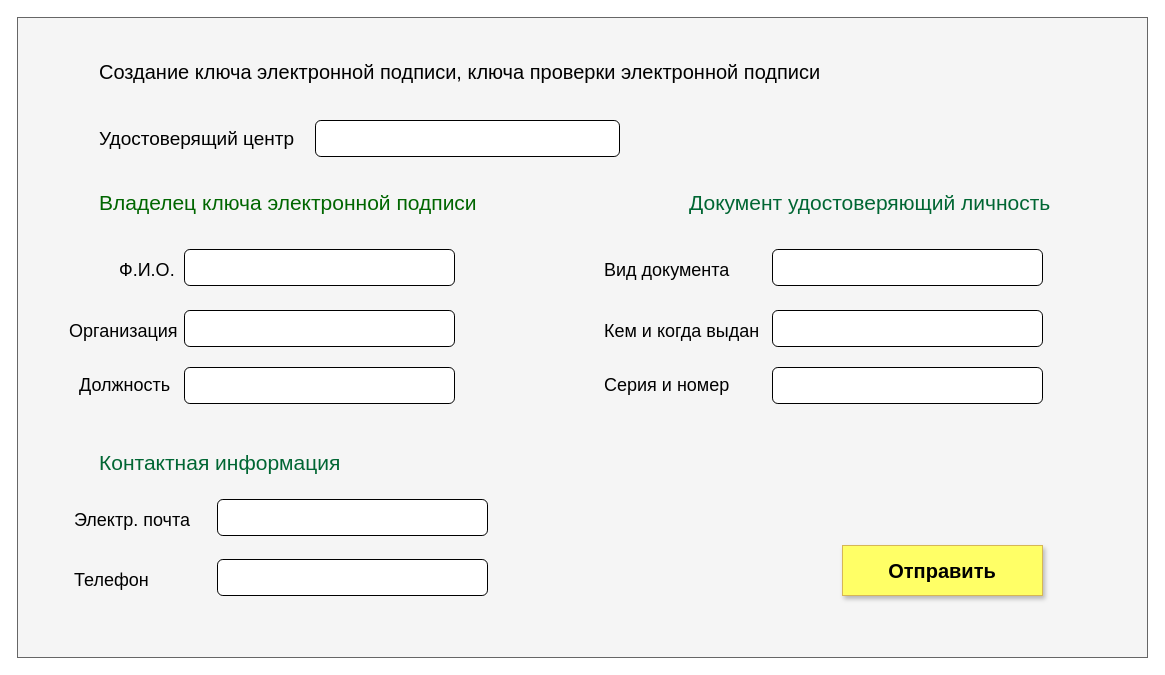
Before: zapros.drawio in sergey-kadushkin/proverka, a draw.io diagram. Source tidied: cells renumbered, new cells numbered last; positions are measured from the earlier drawing's top-left corner, leaving out a move shared by most shapes. Both pictures are drawn from the tidied source at 100%, with x=0, y=0 at pixel (17, 17).
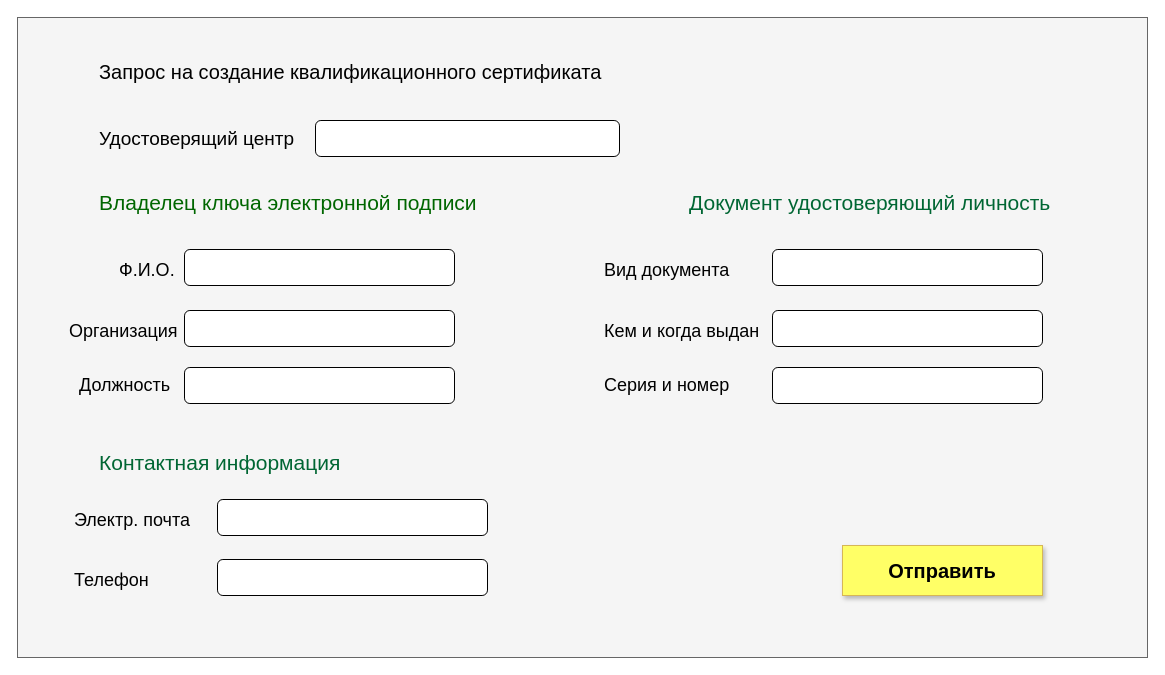
The same page after the edit.

Change to the diagram source:
```diff
@@
-    <mxCell id="3" value="&lt;span style=&quot;font-size: 20px&quot;&gt;Создание ключа электронной подписи, ключа проверки электронной подписи&lt;/span&gt;&lt;br&gt;" style="text;html=1;align=left;verticalAlign=top;spacingTop=-4;" parent="1" vertex="1">
-      <mxGeometry x="80" y="40" width="740" height="20" as="geometry" />
+    <mxCell id="3" value="&lt;span style=&quot;font-size: 20px&quot;&gt;Запрос на создание квалификационного сертификата&lt;/span&gt;&lt;br&gt;" style="text;html=1;align=left;verticalAlign=top;spacingTop=-4;" parent="1" vertex="1">
+      <mxGeometry x="80" y="40" width="520" height="20" as="geometry" />
     </mxCell>
```
